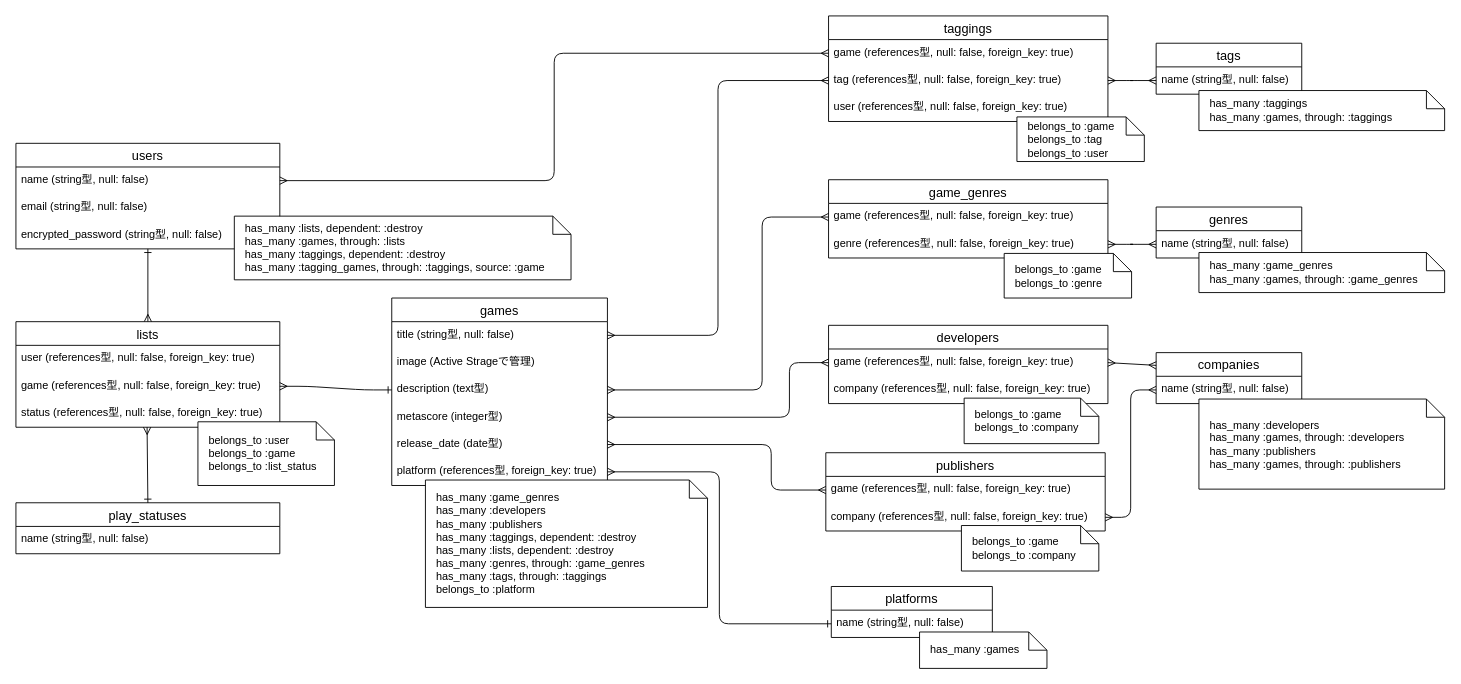
nobmurakami/my-game-db keeps this draw.io diagram as erd.dio. Above is the earlier version. Source tidied: cells renumbered, new cells numbered last; positions are measured from the earlier drawing's top-left corner, leaving out a move shared by most shapes. Both pictures are drawn from the tidied source at 91%, with x=0, y=0 at pixel (15, 15).
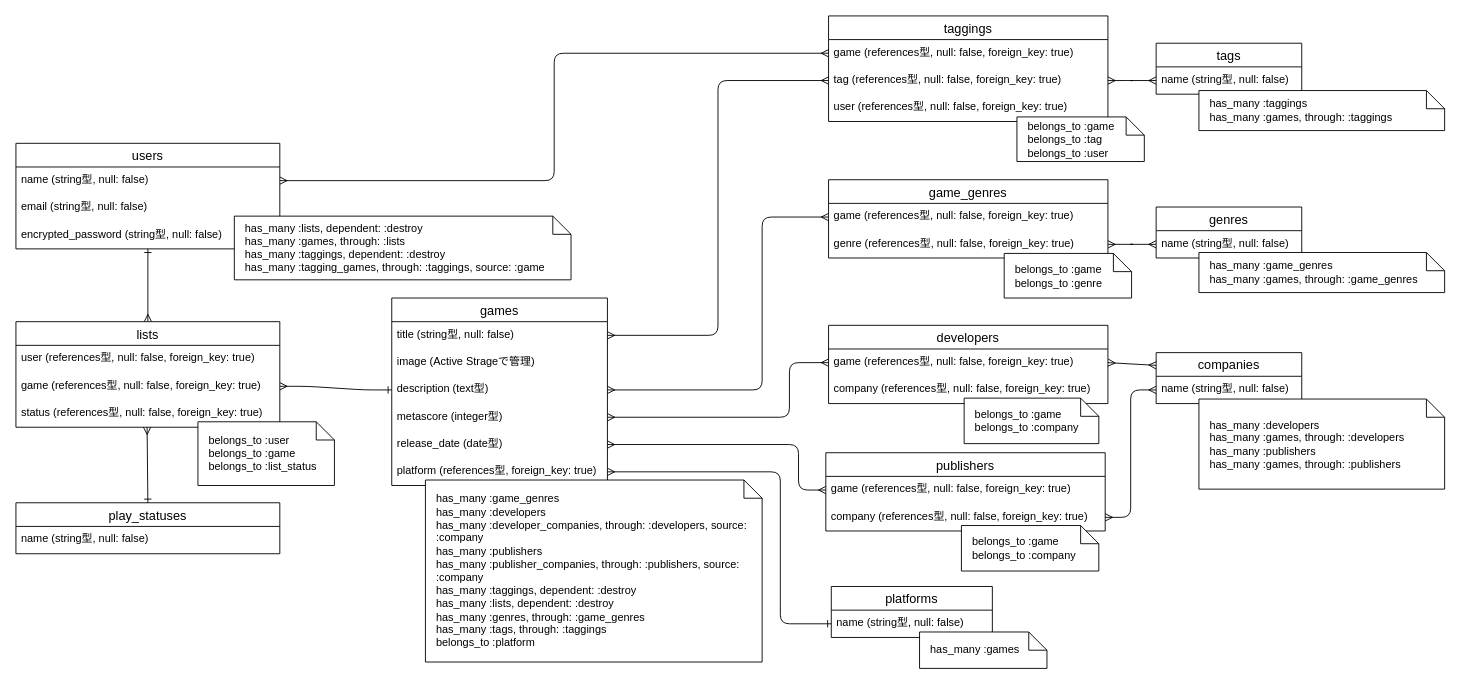
The same diagram, later.

Commit message (it also covers changes not shown here):
テーブル設計再修正

Unchanged cells that the change refers to:
```xml
<mxCell id="16" value="release_date (date型)" style="text;strokeColor=none;fillColor=none;spacingLeft=4;spacingRight=4;overflow=hidden;points=[[0,0.5],[1,0.5]];portConstraint=eastwest;fontSize=12;" parent="11" vertex="1">
  <mxGeometry y="146" width="237" height="30" as="geometry" />
</mxCell>
<mxCell id="17" value="platform (references型, foreign_key: true)" style="text;strokeColor=none;fillColor=none;spacingLeft=4;spacingRight=4;overflow=hidden;points=[[0,0.5],[1,0.5]];portConstraint=eastwest;fontSize=12;" parent="11" vertex="1">
  <mxGeometry y="176" width="237" height="30" as="geometry" />
</mxCell>
<mxCell id="41" value="name (string型, null: false)" style="text;strokeColor=none;fillColor=none;spacingLeft=4;spacingRight=4;overflow=hidden;points=[[0,0.5],[1,0.5]];portConstraint=eastwest;fontSize=12;" parent="40" vertex="1">
  <mxGeometry y="26" width="177" height="30" as="geometry" />
</mxCell>
<mxCell id="59" value="game (references型, null: false, foreign_key: true)" style="text;strokeColor=none;fillColor=none;spacingLeft=4;spacingRight=4;overflow=hidden;points=[[0,0.5],[1,0.5]];portConstraint=eastwest;fontSize=12;" parent="58" vertex="1">
  <mxGeometry y="26" width="307" height="30" as="geometry" />
</mxCell>
```

What changed in the source:
```diff
@@
     <mxCell id="42" style="edgeStyle=orthogonalEdgeStyle;fontSize=12;html=1;endArrow=ERone;endFill=0;exitX=1;exitY=0.5;exitDx=0;exitDy=0;entryX=0;entryY=0.5;entryDx=0;entryDy=0;startArrow=ERmany;startFill=0;" parent="1" edge="1" source="17" target="41">
-      <mxGeometry relative="1" as="geometry" />
+      <mxGeometry relative="1" as="geometry">
+        <Array as="points">
+          <mxPoint x="840" y="501" />
+          <mxPoint x="840" y="668" />
+        </Array>
+      </mxGeometry>
     </mxCell>
@@
-    <mxCell id="49" value="has_many :game_genres&lt;br&gt;has_many :developers&lt;br&gt;has_many :publishers&lt;br&gt;has_many :taggings, dependent: :destroy&lt;br&gt;has_many :lists, dependent: :destroy&lt;br&gt;has_many :genres, through: :game_genres&lt;br&gt;has_many :tags, through: :taggings&lt;br&gt;belongs_to :platform" style="shape=note;size=20;whiteSpace=wrap;html=1;align=left;spacingLeft=10;" parent="1" vertex="1">
-      <mxGeometry x="450" y="510" width="310" height="140" as="geometry" />
+    <mxCell id="49" value="has_many :game_genres&lt;br&gt;has_many :developers&lt;br&gt;has_many :developer_companies, through: :developers, source: :company&lt;br&gt;has_many :publishers&lt;br&gt;has_many :publisher_companies, through: :publishers, source: :company&lt;br&gt;has_many :taggings, dependent: :destroy&lt;br&gt;has_many :lists, dependent: :destroy&lt;br&gt;has_many :genres, through: :game_genres&lt;br&gt;has_many :tags, through: :taggings&lt;br&gt;belongs_to :platform" style="shape=note;size=20;whiteSpace=wrap;html=1;align=left;spacingLeft=10;" parent="1" vertex="1">
+      <mxGeometry x="450" y="510" width="370" height="200" as="geometry" />
     </mxCell>
@@
     <mxCell id="63" style="edgeStyle=orthogonalEdgeStyle;rounded=1;jettySize=auto;html=1;exitX=1;exitY=0.5;exitDx=0;exitDy=0;entryX=0;entryY=0.5;entryDx=0;entryDy=0;startArrow=ERmany;startFill=0;endArrow=ERmany;endFill=0;" parent="1" edge="1" source="16" target="59">
       <mxGeometry relative="1" as="geometry">
         <Array as="points">
-          <mxPoint x="830" y="471" />
-          <mxPoint x="830" y="521" />
+          <mxPoint x="860" y="471" />
+          <mxPoint x="860" y="521" />
         </Array>
       </mxGeometry>
     </mxCell>
```
